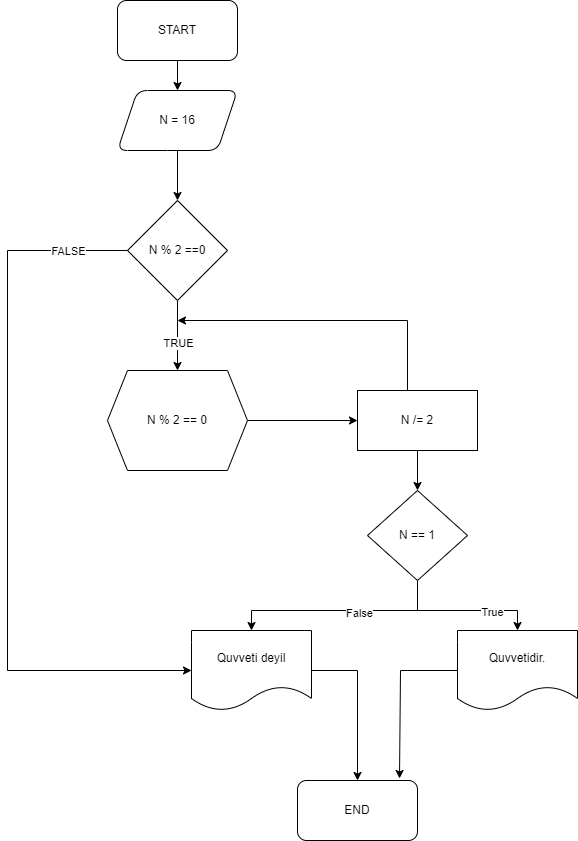
Before: task3.png, a diagram exported from draw.io (Kamran-Zeynalov/Algoritm). Source tidied: cells renumbered, new cells last; positions are measured from the earlier drawing's top-left corner, leaving out a move shared by most shapes.
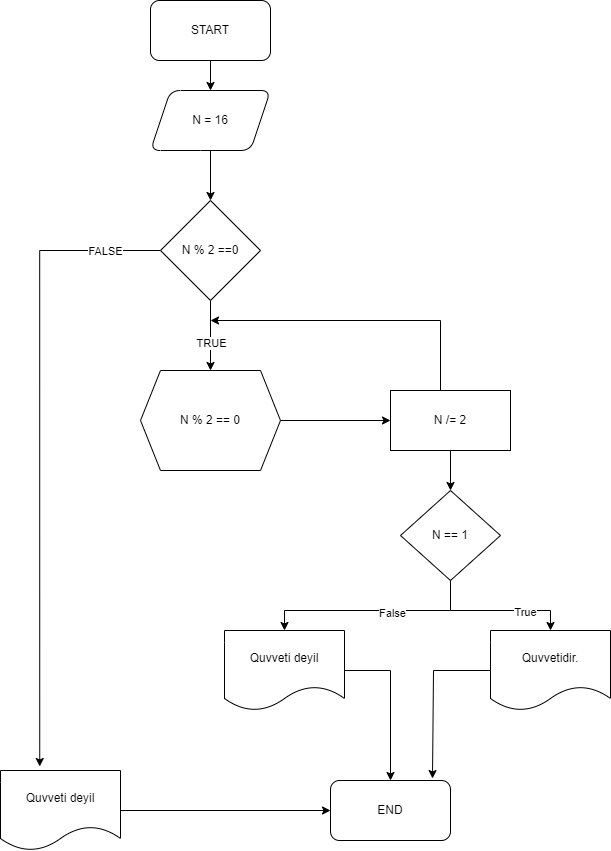
After the change.

What changed in the source:
```diff
@@ -20,11 +20,10 @@
     <mxCell id="7" value="TRUE" style="edgeLabel;html=1;align=center;verticalAlign=middle;" parent="6" vertex="1">
       <mxGeometry x="0.2" relative="1" as="geometry" />
     </mxCell>
-    <mxCell id="8" style="edgeStyle=orthogonalEdgeStyle;rounded=0;jettySize=auto;html=1;entryX=0;entryY=0.5;entryDx=0;entryDy=0;" parent="1" edge="1" source="10" target="21">
+    <mxCell id="8" style="edgeStyle=orthogonalEdgeStyle;rounded=0;jettySize=auto;html=1;entryX=0.327;entryY=-0.05;entryDx=0;entryDy=0;entryPerimeter=0;" parent="1" edge="1" source="10" target="27">
       <mxGeometry relative="1" as="geometry">
         <Array as="points">
-          <mxPoint y="250" />
-          <mxPoint y="670" />
+          <mxPoint x="-1" y="250" />
         </Array>
       </mxGeometry>
     </mxCell>
@@ -100,5 +99,11 @@
     <mxCell id="25" value="N /= 2" style="rounded=0;whiteSpace=wrap;html=1;" parent="1" vertex="1">
       <mxGeometry x="350" y="390" width="120" height="60" as="geometry" />
     </mxCell>
+    <mxCell id="26" style="edgeStyle=orthogonalEdgeStyle;rounded=0;jettySize=auto;html=1;" parent="1" edge="1" source="27" target="22">
+      <mxGeometry relative="1" as="geometry" />
+    </mxCell>
+    <mxCell id="27" value="Quvveti deyil" style="shape=document;whiteSpace=wrap;html=1;boundedLbl=1;" parent="1" vertex="1">
+      <mxGeometry x="-40" y="770" width="120" height="80" as="geometry" />
+    </mxCell>
   </root>
 </mxGraphModel>
```
